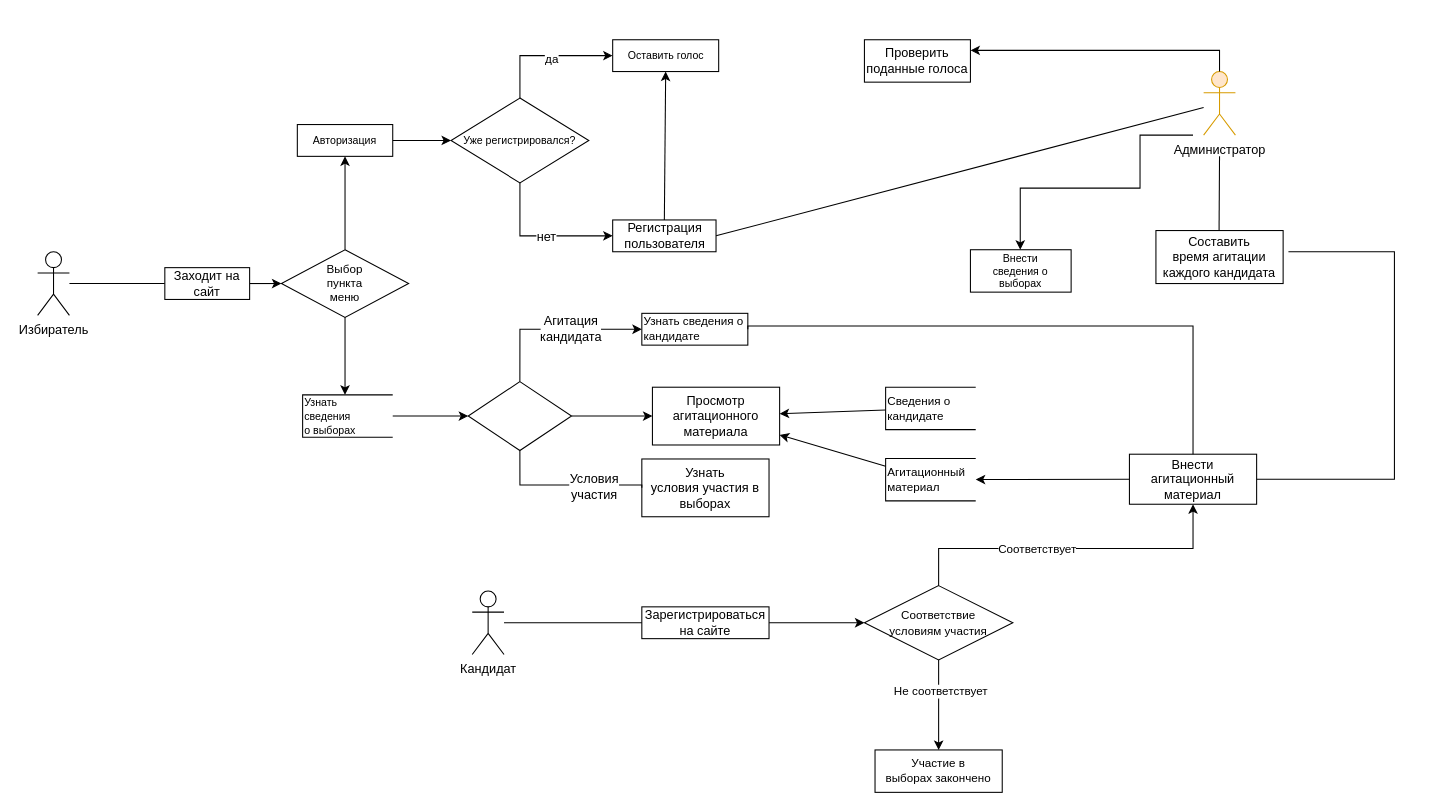
Above: DFD Diagram v.2.0 .drawio in aleksey899/Inter.MixAN (draw.io), before the change. Source tidied: cells renumbered, new cells numbered last; positions are measured from the earlier drawing's top-left corner, leaving out a move shared by most shapes. Both pictures are drawn from the tidied source at 106%, with x=0, y=0 at pixel (37, 39).
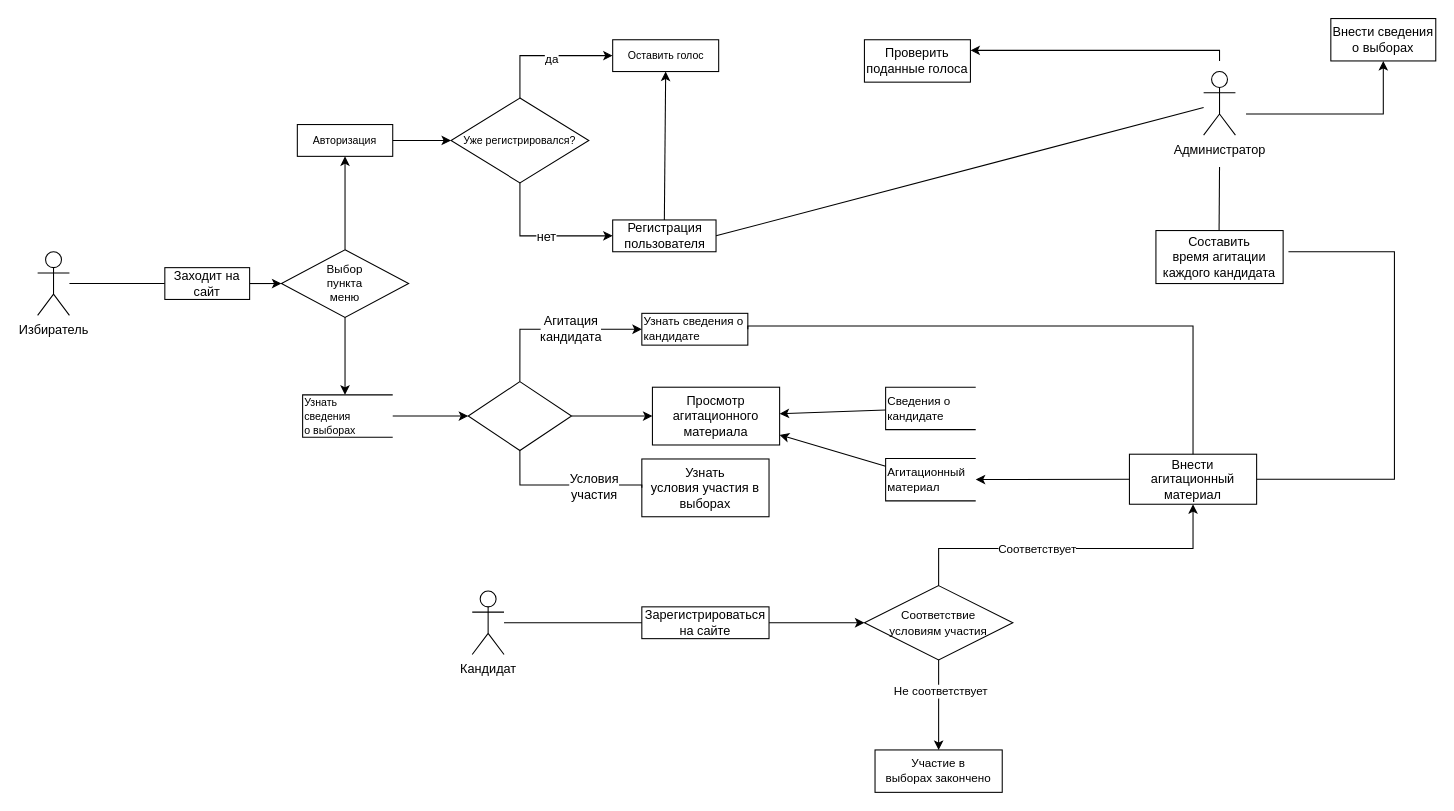
Above is the later version.

What changed in the source:
```diff
@@
-    <mxCell id="4" value="Администратор" style="shape=umlActor;verticalLabelPosition=bottom;verticalAlign=top;html=1;outlineConnect=0;hachureGap=4;fillColor=#ffe6cc;strokeColor=#d79b00;" parent="1" vertex="1">
+    <mxCell id="4" value="Администратор" style="shape=umlActor;verticalLabelPosition=bottom;verticalAlign=top;html=1;outlineConnect=0;hachureGap=4;" parent="1" vertex="1">
       <mxGeometry x="1100" y="30" width="30" height="60" as="geometry" />
     </mxCell>
@@
     <mxCell id="15" style="edgeStyle=none;rounded=0;orthogonalLoop=1;jettySize=auto;html=1;fontSize=11;endArrow=none;endFill=0;" parent="1" edge="1">
       <mxGeometry relative="1" as="geometry">
         <mxPoint x="1114.5" y="190" as="sourcePoint" />
-        <mxPoint x="1115" y="110" as="targetPoint" />
+        <mxPoint x="1115" y="120" as="targetPoint" />
       </mxGeometry>
     </mxCell>
-    <mxCell id="16" value="Внести&lt;br&gt;&lt;font&gt;сведения&amp;nbsp;&lt;/font&gt;&lt;font&gt;о выборах&lt;/font&gt;" style="whiteSpace=wrap;html=1;fontSize=10;strokeWidth=1;" parent="1" vertex="1">
-      <mxGeometry x="880" y="198.1" width="95" height="40" as="geometry" />
-    </mxCell>
@@
-    <mxCell id="25" style="endArrow=classic;html=1;rounded=0;fontSize=12;edgeStyle=orthogonalEdgeStyle;elbow=vertical;endFill=1;" parent="1" edge="1" source="4">
+    <mxCell id="25" style="endArrow=classic;html=1;rounded=0;fontSize=12;edgeStyle=orthogonalEdgeStyle;elbow=vertical;endFill=1;" parent="1" edge="1">
       <mxGeometry relative="1" as="geometry">
+        <mxPoint x="1115" y="20" as="sourcePoint" />
         <mxPoint x="880" y="10" as="targetPoint" />
         <Array as="points">
           <mxPoint x="1115" y="10" />
           <mxPoint x="880" y="10" />
         </Array>
       </mxGeometry>
     </mxCell>
@@
-    <mxCell id="43" style="endArrow=classic;html=1;rounded=0;fontSize=12;elbow=vertical;edgeStyle=orthogonalEdgeStyle;" parent="1" edge="1" target="16">
-      <mxGeometry relative="1" as="geometry">
-        <mxPoint x="1090" y="90" as="sourcePoint" />
-        <Array as="points">
-          <mxPoint x="1040" y="90" />
-          <mxPoint x="1040" y="140" />
-          <mxPoint x="927" y="140" />
-        </Array>
-      </mxGeometry>
-    </mxCell>
@@
+    <mxCell id="16" value="Внести сведения о выборах" style="rounded=0;whiteSpace=wrap;html=1;" parent="1" vertex="1">
+      <mxGeometry x="1220" y="-20" width="99" height="40" as="geometry" />
+    </mxCell>
+    <mxCell id="57" style="endArrow=classic;html=1;rounded=0;edgeStyle=orthogonalEdgeStyle;entryX=0.5;entryY=1;entryDx=0;entryDy=0;" parent="1" edge="1" target="16">
+      <mxGeometry relative="1" as="geometry">
+        <mxPoint x="1140" y="70" as="sourcePoint" />
+        <Array as="points">
+          <mxPoint x="1269" y="70" />
+        </Array>
+      </mxGeometry>
+    </mxCell>
```
